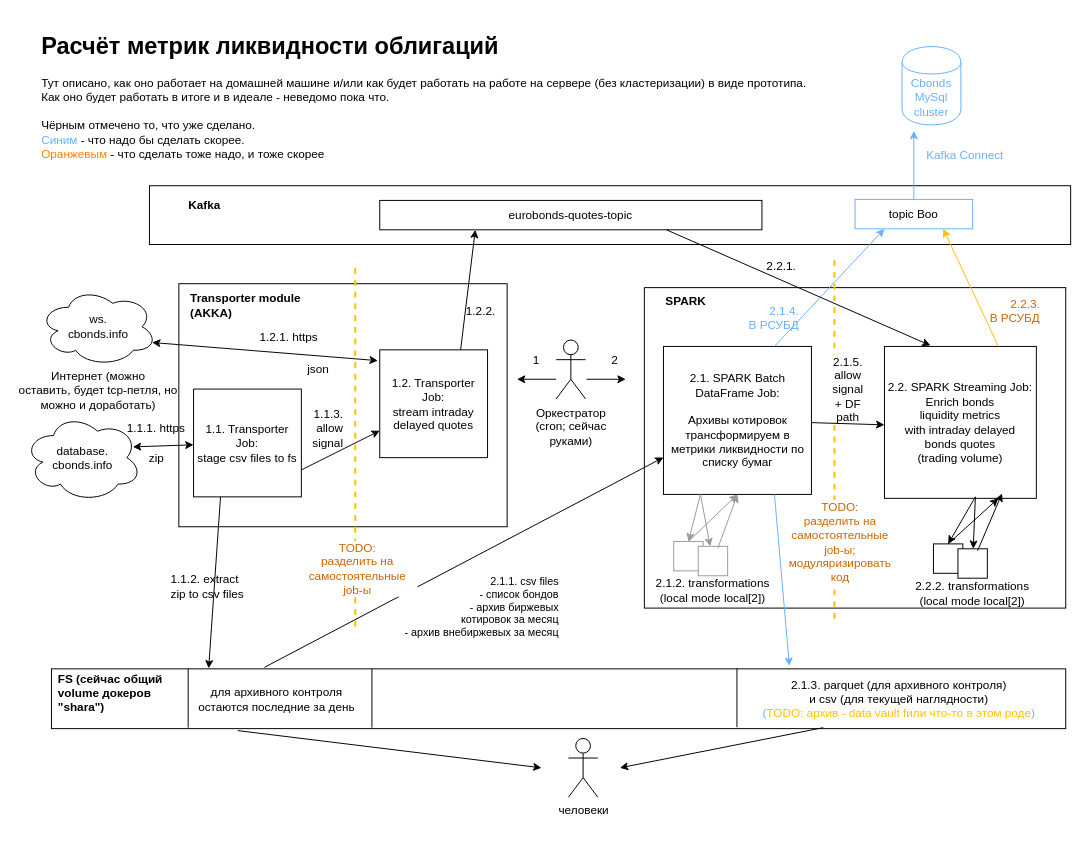
sergei-baranov/eurobonds_liquidity keeps this draw.io diagram as arch.drawio. Above is the earlier version. Source tidied: cells renumbered, new cells numbered last; positions are measured from the earlier drawing's top-left corner, leaving out a move shared by most shapes. Both pictures are drawn from the tidied source at 98%, with x=0, y=0 at pixel (16, 26).
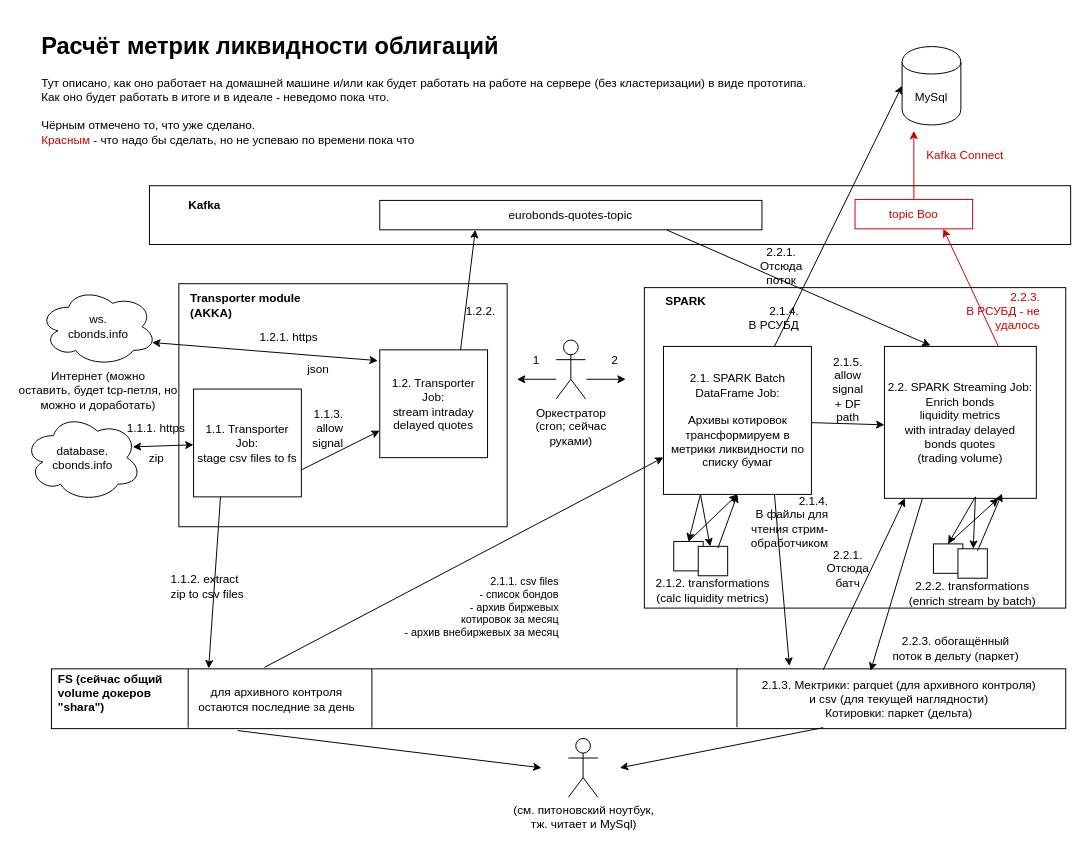
After the change.

The change refers to these unchanged cells:
```xml
<mxCell id="26" value="2.1. SPARK Batch&lt;br&gt;DataFrame Job:&lt;br&gt;&lt;br&gt;Архивы котировок трансформируем в метрики ликвидности по списку бумаг" style="whiteSpace=wrap;html=1;" parent="1" vertex="1">
  <mxGeometry x="660.5" y="326" width="151" height="151" as="geometry" />
</mxCell>
<mxCell id="27" value="2.2. SPARK Streaming Job:&lt;br&gt;Enrich bonds&lt;br&gt;liquidity metrics&lt;br&gt;with&amp;nbsp;intraday delayed&lt;br&gt;bonds quotes&lt;br&gt;(trading volume)" style="whiteSpace=wrap;html=1;strokeColor=#000000;" parent="1" vertex="1">
  <mxGeometry x="886" y="326" width="155" height="155" as="geometry" />
</mxCell>
```

Diff of the diagram source:
```diff
@@
-    <mxCell id="31" style="whiteSpace=wrap;html=1;strokeColor=#999999;" parent="1" vertex="1">
+    <mxCell id="31" style="whiteSpace=wrap;html=1;strokeColor=#000000;" parent="1" vertex="1">
       <mxGeometry x="671" y="525" width="30" height="30" as="geometry" />
     </mxCell>
-    <mxCell id="32" style="whiteSpace=wrap;html=1;strokeColor=#999999;" parent="1" vertex="1">
+    <mxCell id="32" style="whiteSpace=wrap;html=1;strokeColor=#000000;" parent="1" vertex="1">
       <mxGeometry x="696" y="530" width="30" height="30" as="geometry" />
     </mxCell>
-    <mxCell id="33" style="endArrow=classic;html=1;exitX=0.25;exitY=1;exitDx=0;exitDy=0;entryX=0.5;entryY=0;entryDx=0;entryDy=0;strokeColor=#999999;" parent="1" edge="1" source="26" target="31">
+    <mxCell id="33" style="endArrow=classic;html=1;exitX=0.25;exitY=1;exitDx=0;exitDy=0;entryX=0.5;entryY=0;entryDx=0;entryDy=0;strokeColor=#000000;" parent="1" edge="1" source="26" target="31">
       <mxGeometry relative="1" as="geometry" />
     </mxCell>
-    <mxCell id="34" style="endArrow=classic;html=1;exitX=0.25;exitY=1;exitDx=0;exitDy=0;strokeColor=#999999;" parent="1" edge="1" source="26" target="32">
+    <mxCell id="34" style="endArrow=classic;html=1;exitX=0.25;exitY=1;exitDx=0;exitDy=0;strokeColor=#000000;" parent="1" edge="1" source="26" target="32">
       <mxGeometry relative="1" as="geometry" />
     </mxCell>
-    <mxCell id="35" style="endArrow=classic;html=1;entryX=0.5;entryY=1;entryDx=0;entryDy=0;exitX=0.5;exitY=0;exitDx=0;exitDy=0;strokeColor=#999999;" parent="1" edge="1" source="31" target="26">
+    <mxCell id="35" style="endArrow=classic;html=1;entryX=0.5;entryY=1;entryDx=0;entryDy=0;exitX=0.5;exitY=0;exitDx=0;exitDy=0;strokeColor=#000000;" parent="1" edge="1" source="31" target="26">
       <mxGeometry relative="1" as="geometry" />
     </mxCell>
-    <mxCell id="36" style="endArrow=classic;html=1;strokeColor=#999999;entryX=0.5;entryY=1;entryDx=0;entryDy=0;" parent="1" edge="1" target="26">
+    <mxCell id="36" style="endArrow=classic;html=1;strokeColor=#000000;entryX=0.5;entryY=1;entryDx=0;entryDy=0;" parent="1" edge="1" target="26">
       <mxGeometry relative="1" as="geometry">
         <mxPoint x="716" y="532" as="sourcePoint" />
       </mxGeometry>
     </mxCell>
@@
-    <mxCell id="39" value="2.1.2. transformations&lt;br&gt;(local mode local[2])" style="text;html=1;strokeColor=none;fillColor=none;align=center;verticalAlign=middle;whiteSpace=wrap;rounded=0;" parent="1" vertex="1">
+    <mxCell id="39" value="2.1.2. transformations&lt;br&gt;(calc liquidity metrics)" style="text;html=1;strokeColor=none;fillColor=none;align=center;verticalAlign=middle;whiteSpace=wrap;rounded=0;" parent="1" vertex="1">
       <mxGeometry x="646" y="565" width="130" height="20" as="geometry" />
     </mxCell>
-    <mxCell id="40" style="endArrow=classic;html=1;exitX=0.75;exitY=1;exitDx=0;exitDy=0;strokeColor=#66B2FF;" parent="1" edge="1" source="26">
+    <mxCell id="40" style="endArrow=classic;html=1;exitX=0.75;exitY=1;exitDx=0;exitDy=0;strokeColor=#000000;fontColor=#000000;" parent="1" edge="1" source="26">
       <mxGeometry relative="1" as="geometry">
         <mxPoint x="789" y="652" as="targetPoint" />
       </mxGeometry>
     </mxCell>
-    <mxCell id="41" value="&lt;font color=&quot;#000000&quot;&gt;2.1.3. parquet (для архивного контроля)&lt;br&gt;и csv (для текущей наглядности)&lt;/font&gt;&lt;br&gt;(&lt;font color=&quot;#ffc001&quot;&gt;TODO: архив - data vault fили что-то в этом роде&lt;/font&gt;)" style="text;html=1;strokeColor=none;fillColor=none;align=center;verticalAlign=middle;whiteSpace=wrap;rounded=0;fontColor=#66B2FF;labelBackgroundColor=none;" parent="1" vertex="1">
+    <mxCell id="41" value="&lt;font color=&quot;#000000&quot;&gt;2.1.3. Мектрики: parquet (для архивного контроля)&lt;br&gt;и csv (для текущей наглядности)&lt;br&gt;Котировки: паркет (дельта)&lt;/font&gt;" style="text;html=1;strokeColor=none;fillColor=none;align=center;verticalAlign=middle;whiteSpace=wrap;rounded=0;fontColor=#66B2FF;labelBackgroundColor=none;" parent="1" vertex="1">
       <mxGeometry x="746" y="656" width="310" height="59" as="geometry" />
     </mxCell>
-    <mxCell id="42" style="endArrow=classic;html=1;exitX=0.75;exitY=0;exitDx=0;exitDy=0;entryX=0.25;entryY=1;entryDx=0;entryDy=0;strokeColor=#66B2FF;" parent="1" edge="1" source="26" target="44">
+    <mxCell id="42" style="endArrow=classic;html=1;exitX=0.75;exitY=0;exitDx=0;exitDy=0;entryX=0;entryY=0.5;entryDx=0;entryDy=0;strokeColor=#000000;" parent="1" edge="1" source="26" target="55">
       <mxGeometry relative="1" as="geometry" />
     </mxCell>
-    <mxCell id="43" value="2.1.4.&lt;br&gt;В РСУБД" style="text;html=1;strokeColor=none;fillColor=none;align=right;verticalAlign=middle;whiteSpace=wrap;rounded=0;fontColor=#66B2FF;" parent="1" vertex="1">
+    <mxCell id="43" value="2.1.4.&lt;br&gt;В РСУБД" style="text;html=1;strokeColor=none;fillColor=none;align=right;verticalAlign=middle;whiteSpace=wrap;rounded=0;fontColor=#000000;" parent="1" vertex="1">
       <mxGeometry x="741" y="291.5" width="60" height="10" as="geometry" />
     </mxCell>
-    <mxCell id="44" value="topic Boo" style="rounded=0;whiteSpace=wrap;html=1;strokeColor=#66B2FF;" parent="1" vertex="1">
+    <mxCell id="44" value="topic Boo" style="rounded=0;whiteSpace=wrap;html=1;strokeColor=#CC0000;fontColor=#CC0000;" parent="1" vertex="1">
       <mxGeometry x="856" y="176" width="120" height="30" as="geometry" />
     </mxCell>
-    <mxCell id="45" style="endArrow=classic;html=1;exitX=0.75;exitY=0;exitDx=0;exitDy=0;entryX=0.75;entryY=1;entryDx=0;entryDy=0;strokeColor=#FFC001;" parent="1" edge="1" source="27" target="44">
+    <mxCell id="45" style="endArrow=classic;html=1;exitX=0.75;exitY=0;exitDx=0;exitDy=0;entryX=0.75;entryY=1;entryDx=0;entryDy=0;strokeColor=#CC0000;" parent="1" edge="1" source="27" target="44">
       <mxGeometry relative="1" as="geometry" />
     </mxCell>
-    <mxCell id="46" value="2.2.3.&lt;br&gt;В РСУБД" style="text;html=1;strokeColor=none;fillColor=none;align=right;verticalAlign=middle;whiteSpace=wrap;rounded=0;fontColor=#CC6600;" parent="1" vertex="1">
+    <mxCell id="46" value="2.2.3.&lt;br&gt;В РСУБД - не удалось" style="text;html=1;strokeColor=none;fillColor=none;align=right;verticalAlign=middle;whiteSpace=wrap;rounded=0;fontColor=#CC0000;" parent="1" vertex="1">
       <mxGeometry x="964" y="285" width="83" height="10" as="geometry" />
     </mxCell>
@@
-    <mxCell id="49" style="endArrow=none;dashed=1;html=1;fontColor=#FFC001;strokeColor=#FFC001;strokeWidth=2;" parent="1" edge="1">
-      <mxGeometry relative="1" as="geometry">
-        <mxPoint x="346" y="612" as="sourcePoint" />
-        <mxPoint x="346" y="242" as="targetPoint" />
-      </mxGeometry>
-    </mxCell>
-    <mxCell id="50" value="TODO:&lt;br&gt;разделить на самостоятельные&lt;br&gt;job-ы" style="text;html=1;strokeColor=none;fillColor=none;align=center;verticalAlign=middle;whiteSpace=wrap;rounded=0;fontColor=#CC6600;labelBackgroundColor=#ffffff;" parent="1" vertex="1">
-      <mxGeometry x="286" y="525.5" width="125" height="54" as="geometry" />
-    </mxCell>
-    <mxCell id="51" style="endArrow=none;dashed=1;html=1;fontColor=#FFC001;strokeColor=#FFC001;strokeWidth=2;" parent="1" edge="1">
-      <mxGeometry relative="1" as="geometry">
-        <mxPoint x="835" y="604" as="sourcePoint" />
-        <mxPoint x="835" y="234" as="targetPoint" />
-      </mxGeometry>
-    </mxCell>
-    <mxCell id="52" value="TODO:&lt;br&gt;разделить на самостоятельные job-ы;&lt;br&gt;модуляризировать код" style="text;html=1;strokeColor=none;fillColor=none;align=center;verticalAlign=middle;whiteSpace=wrap;rounded=0;fontColor=#CC6600;labelBackgroundColor=#ffffff;" parent="1" vertex="1">
-      <mxGeometry x="786" y="496" width="110" height="59" as="geometry" />
-    </mxCell>
-    <mxCell id="53" style="endArrow=classic;html=1;strokeColor=#66B2FF;strokeWidth=1;fontColor=#66B2FF;exitX=0.5;exitY=0;exitDx=0;exitDy=0;" parent="1" edge="1" source="44">
+    <mxCell id="53" style="endArrow=classic;html=1;strokeColor=#CC0000;strokeWidth=1;fontColor=#CC0000;exitX=0.5;exitY=0;exitDx=0;exitDy=0;" parent="1" edge="1" source="44">
       <mxGeometry relative="1" as="geometry">
         <mxPoint x="916" y="106" as="targetPoint" />
       </mxGeometry>
     </mxCell>
-    <mxCell id="54" value="Kafka Connect" style="text;html=1;strokeColor=none;fillColor=none;align=center;verticalAlign=middle;whiteSpace=wrap;rounded=0;fontColor=#66B2FF;" parent="1" vertex="1">
+    <mxCell id="54" value="Kafka Connect" style="text;html=1;strokeColor=none;fillColor=none;align=center;verticalAlign=middle;whiteSpace=wrap;rounded=0;fontColor=#CC0000;" parent="1" vertex="1">
       <mxGeometry x="921" y="126" width="95" height="10" as="geometry" />
     </mxCell>
-    <mxCell id="55" value="Cbonds&lt;br&gt;MySql&lt;br&gt;cluster" style="shape=cylinder;whiteSpace=wrap;html=1;boundedLbl=1;backgroundOutline=1;strokeColor=#66B2FF;fontColor=#66B2FF;" parent="1" vertex="1">
+    <mxCell id="55" value="MySql" style="shape=cylinder;whiteSpace=wrap;html=1;boundedLbl=1;backgroundOutline=1;strokeColor=#000000;fontColor=#000000;" parent="1" vertex="1">
       <mxGeometry x="904" y="20" width="60" height="80" as="geometry" />
     </mxCell>
@@
-    <mxCell id="63" value="2.2.2. transformations&lt;br&gt;(local mode&amp;nbsp;local[2])" style="text;html=1;strokeColor=none;fillColor=none;align=center;verticalAlign=middle;whiteSpace=wrap;rounded=0;fontColor=#000000;" parent="1" vertex="1">
+    <mxCell id="63" value="2.2.2. transformations&lt;br&gt;(enrich stream by batch)" style="text;html=1;strokeColor=none;fillColor=none;align=center;verticalAlign=middle;whiteSpace=wrap;rounded=0;fontColor=#000000;" parent="1" vertex="1">
       <mxGeometry x="896" y="568" width="160" height="20" as="geometry" />
     </mxCell>
-    <mxCell id="64" value="2.2.1." style="text;html=1;strokeColor=none;fillColor=none;align=center;verticalAlign=middle;whiteSpace=wrap;rounded=0;fontColor=#000000;" parent="1" vertex="1">
+    <mxCell id="64" value="2.2.1. Отсюда поток" style="text;html=1;strokeColor=none;fillColor=none;align=center;verticalAlign=middle;whiteSpace=wrap;rounded=0;fontColor=#000000;" parent="1" vertex="1">
       <mxGeometry x="761" y="234" width="40" height="20" as="geometry" />
     </mxCell>
@@
-    <mxCell id="67" value="&lt;font color=&quot;#000000&quot;&gt;человеки&lt;/font&gt;" style="shape=umlActor;verticalLabelPosition=bottom;labelBackgroundColor=#ffffff;verticalAlign=top;html=1;strokeColor=#000000;fontColor=#CC6600;" parent="1" vertex="1">
+    <mxCell id="67" value="&lt;font color=&quot;#000000&quot;&gt;(см. питоновский ноутбук,&lt;br&gt;тж. читает и MySql)&lt;br&gt;&lt;/font&gt;" style="shape=umlActor;verticalLabelPosition=bottom;labelBackgroundColor=#ffffff;verticalAlign=top;html=1;strokeColor=#000000;fontColor=#CC6600;" parent="1" vertex="1">
       <mxGeometry x="563.5" y="726" width="30" height="60" as="geometry" />
     </mxCell>
@@
-    <mxCell id="69" value="&lt;h1&gt;&lt;font color=&quot;#000000&quot;&gt;Расчёт метрик ликвидности облигаций&lt;/font&gt;&lt;/h1&gt;&lt;p&gt;&lt;font color=&quot;#000000&quot;&gt;Тут описано, как оно работает на домашней машине и/или как будет работать на работе на сервере (без кластеризации) в виде прототипа.&lt;br&gt;Как оно будет работать в итоге и в идеале - неведомо пока что.&lt;br&gt;&lt;/font&gt;&lt;br&gt;&lt;font color=&quot;#000000&quot;&gt;Чёрным отмечено то, что уже сделано.&lt;br&gt;&lt;/font&gt;&lt;font color=&quot;#66b2ff&quot;&gt;Синим &lt;/font&gt;&lt;font color=&quot;#000000&quot;&gt;- что надо бы сделать скорее. &lt;br&gt;&lt;/font&gt;&lt;font color=&quot;#ff8000&quot;&gt;Оранжевым &lt;/font&gt;&lt;font color=&quot;#000000&quot;&gt;- что сделать тоже надо, и тоже скорее&lt;/font&gt;&lt;/p&gt;" style="text;html=1;strokeColor=none;fillColor=none;spacing=5;spacingTop=-20;whiteSpace=wrap;overflow=hidden;rounded=0;labelBackgroundColor=none;fontColor=#CC6600;" parent="1" vertex="1">
+    <mxCell id="69" value="&lt;h1&gt;&lt;font color=&quot;#000000&quot;&gt;Расчёт метрик ликвидности облигаций&lt;/font&gt;&lt;/h1&gt;&lt;p&gt;&lt;font color=&quot;#000000&quot;&gt;Тут описано, как оно работает на домашней машине и/или как будет работать на работе на сервере (без кластеризации) в виде прототипа.&lt;br&gt;Как оно будет работать в итоге и в идеале - неведомо пока что.&lt;br&gt;&lt;/font&gt;&lt;br&gt;&lt;font color=&quot;#000000&quot;&gt;Чёрным отмечено то, что уже сделано.&lt;br&gt;&lt;/font&gt;&lt;font color=&quot;#cc0000&quot;&gt;Красным&lt;/font&gt;&lt;font color=&quot;#66b2ff&quot;&gt;&amp;nbsp;&lt;/font&gt;&lt;font color=&quot;#000000&quot;&gt;- что надо бы сделать, но не успеваю по времени пока что&lt;/font&gt;&lt;/p&gt;" style="text;html=1;strokeColor=none;fillColor=none;spacing=5;spacingTop=-20;whiteSpace=wrap;overflow=hidden;rounded=0;labelBackgroundColor=none;fontColor=#CC6600;" parent="1" vertex="1">
       <mxGeometry x="21" width="815" height="146" as="geometry" />
     </mxCell>
@@
+    <mxCell id="77" style="endArrow=classic;html=1;strokeColor=#000000;fontColor=#000000;exitX=0.25;exitY=1;exitDx=0;exitDy=0;entryX=0.406;entryY=0.017;entryDx=0;entryDy=0;entryPerimeter=0;" parent="1" edge="1" source="27" target="41">
+      <mxGeometry relative="1" as="geometry" />
+    </mxCell>
+    <mxCell id="78" style="endArrow=classic;html=1;strokeColor=#000000;fontColor=#000000;entryX=0.135;entryY=1;entryDx=0;entryDy=0;entryPerimeter=0;exitX=0.25;exitY=0;exitDx=0;exitDy=0;" parent="1" edge="1" source="41" target="27">
+      <mxGeometry relative="1" as="geometry" />
+    </mxCell>
+    <mxCell id="79" value="2.2.1. Отсюда батч" style="text;html=1;strokeColor=none;fillColor=none;align=center;verticalAlign=middle;whiteSpace=wrap;rounded=0;fontColor=#000000;" parent="1" vertex="1">
+      <mxGeometry x="829" y="542.5" width="40" height="20" as="geometry" />
+    </mxCell>
+    <mxCell id="80" value="2.2.3. обогащённый поток в дельту (паркет)" style="text;html=1;strokeColor=none;fillColor=none;align=center;verticalAlign=middle;whiteSpace=wrap;rounded=0;fontColor=#000000;" parent="1" vertex="1">
+      <mxGeometry x="889" y="623.5" width="140" height="20" as="geometry" />
+    </mxCell>
+    <mxCell id="81" value="2.1.4.&lt;br&gt;В файлы для чтения стрим- обработчиком" style="text;html=1;strokeColor=none;fillColor=none;align=right;verticalAlign=middle;whiteSpace=wrap;rounded=0;fontColor=#000000;" parent="1" vertex="1">
+      <mxGeometry x="771" y="500" width="60" height="10" as="geometry" />
+    </mxCell>
```
